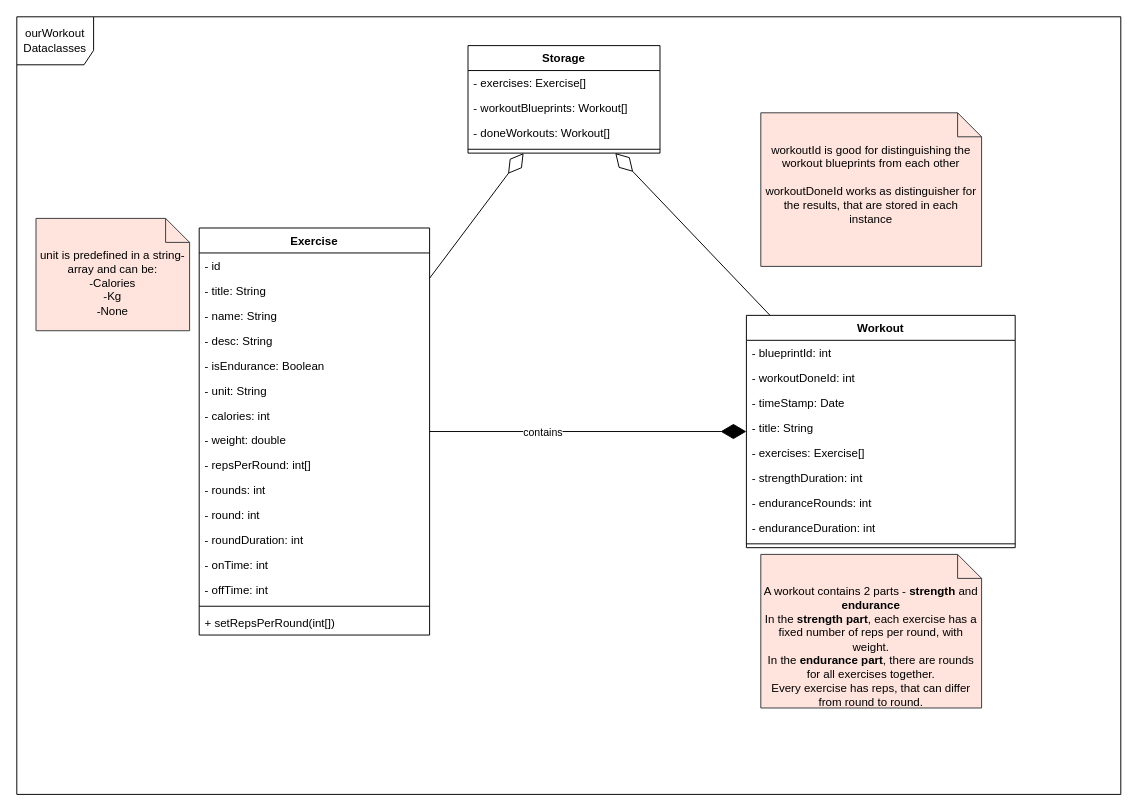
Above: page "data-classes" (3 of 4) of 01_Documentation/diagrams.drawio in Vollol1/ourWorkout (draw.io), before the change. Source tidied: cells renumbered, new cells numbered last; positions are measured from the earlier drawing's top-left corner, leaving out a move shared by most shapes. Both pictures are drawn from the tidied source at 96%, with x=0, y=0 at pixel (16, 16).
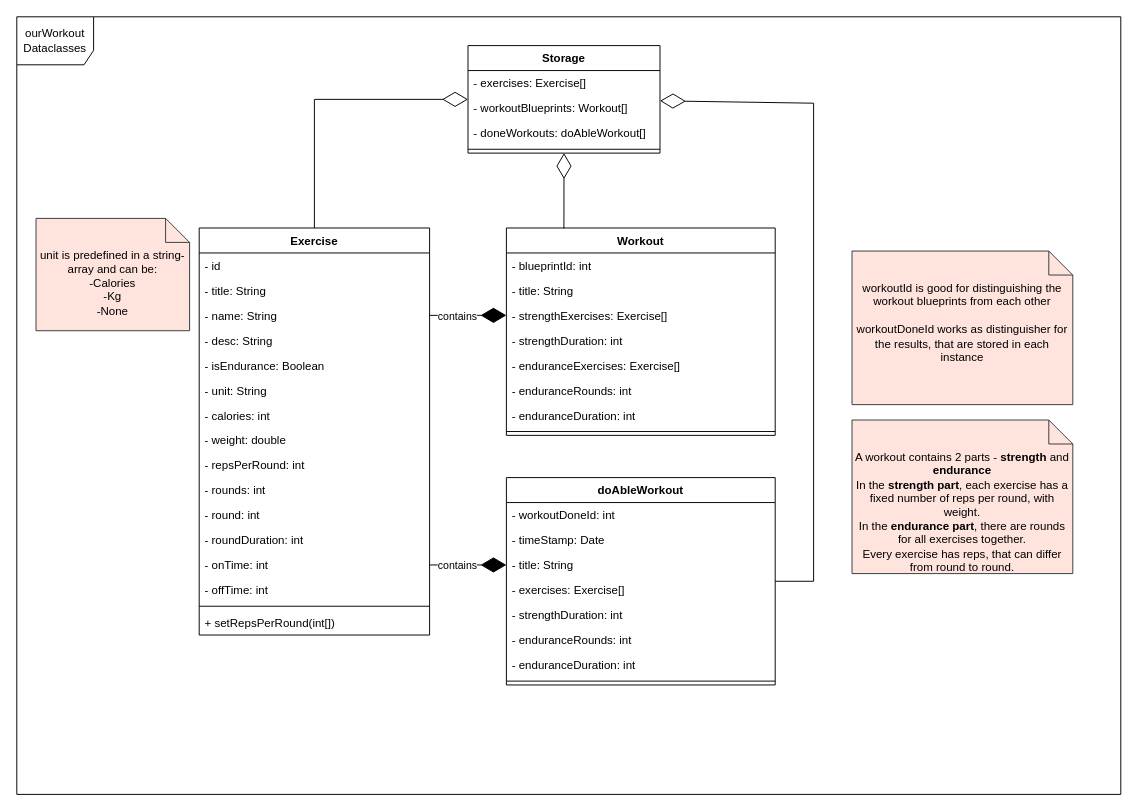
Above is the later version.

Commit message (it also covers changes not shown here):
Try to consolidate both exercises lists into one - Failed

Unchanged cells that the change refers to:
```xml
<mxCell id="3" value="Exercise" style="swimlane;fontStyle=1;align=center;verticalAlign=top;horizontal=1;startSize=26;" parent="1" vertex="1">
  <mxGeometry x="190" y="220" width="240" height="424" as="geometry" />
</mxCell>
<mxCell id="6" value="- name: String" style="text;strokeColor=none;fillColor=none;align=left;verticalAlign=top;spacingLeft=4;spacingRight=4;overflow=hidden;points=[[0,0.5],[1,0.5]];portConstraint=eastwest;" parent="3" vertex="1">
  <mxGeometry y="78" width="240" height="26" as="geometry" />
</mxCell>
<mxCell id="16" value="- onTime: int" style="text;strokeColor=none;fillColor=none;align=left;verticalAlign=top;spacingLeft=4;spacingRight=4;overflow=hidden;points=[[0,0.5],[1,0.5]];portConstraint=eastwest;" parent="3" vertex="1">
  <mxGeometry y="338" width="240" height="26" as="geometry" />
</mxCell>
<mxCell id="30" value="Storage" style="swimlane;fontStyle=1;align=center;verticalAlign=top;horizontal=1;startSize=26;" parent="1" vertex="1">
  <mxGeometry x="470" y="30" width="200" height="112" as="geometry" />
</mxCell>
```

What changed in the source:
```diff
@@
-    <mxCell id="12" value="- repsPerRound: int[]" style="text;strokeColor=none;fillColor=none;align=left;verticalAlign=top;spacingLeft=4;spacingRight=4;overflow=hidden;" parent="3" vertex="1">
+    <mxCell id="12" value="- repsPerRound: int" style="text;strokeColor=none;fillColor=none;align=left;verticalAlign=top;spacingLeft=4;spacingRight=4;overflow=hidden;" parent="3" vertex="1">
       <mxGeometry y="234" width="240" height="26" as="geometry" />
     </mxCell>
@@
     <mxCell id="20" value="Workout" style="swimlane;fontStyle=1;align=center;verticalAlign=top;horizontal=1;startSize=26;" parent="1" vertex="1">
-      <mxGeometry x="760" y="311" width="280" height="242" as="geometry" />
+      <mxGeometry x="510" y="220" width="280" height="216" as="geometry" />
     </mxCell>
@@
-    <mxCell id="22" value="- workoutDoneId: int" style="text;strokeColor=none;fillColor=none;align=left;verticalAlign=top;spacingLeft=4;spacingRight=4;overflow=hidden;" parent="20" vertex="1">
-      <mxGeometry y="52" width="280" height="26" as="geometry" />
-    </mxCell>
-    <mxCell id="23" value="- timeStamp: Date" style="text;strokeColor=none;fillColor=none;align=left;verticalAlign=top;spacingLeft=4;spacingRight=4;overflow=hidden;" parent="20" vertex="1">
-      <mxGeometry y="78" width="280" height="26" as="geometry" />
-    </mxCell>
     <mxCell id="24" value="- title: String" style="text;strokeColor=none;fillColor=none;align=left;verticalAlign=top;spacingLeft=4;spacingRight=4;overflow=hidden;" parent="20" vertex="1">
-      <mxGeometry y="104" width="280" height="26" as="geometry" />
+      <mxGeometry y="52" width="280" height="26" as="geometry" />
     </mxCell>
-    <mxCell id="25" value="- exercises: Exercise[]" style="text;strokeColor=none;fillColor=none;align=left;verticalAlign=top;spacingLeft=4;spacingRight=4;overflow=hidden;points=[[0,0.5],[1,0.5]];portConstraint=eastwest;" parent="20" vertex="1">
-      <mxGeometry y="130" width="280" height="26" as="geometry" />
+    <mxCell id="25" value="- strengthExercises: Exercise[]" style="text;strokeColor=none;fillColor=none;align=left;verticalAlign=top;spacingLeft=4;spacingRight=4;overflow=hidden;points=[[0,0.5],[1,0.5]];portConstraint=eastwest;" parent="20" vertex="1">
+      <mxGeometry y="78" width="280" height="26" as="geometry" />
     </mxCell>
     <mxCell id="26" value="- strengthDuration: int" style="text;strokeColor=none;fillColor=none;align=left;verticalAlign=top;spacingLeft=4;spacingRight=4;overflow=hidden;" parent="20" vertex="1">
-      <mxGeometry y="156" width="280" height="26" as="geometry" />
+      <mxGeometry y="104" width="280" height="26" as="geometry" />
     </mxCell>
+    <mxCell id="42" value="- enduranceExercises: Exercise[]" style="text;strokeColor=none;fillColor=none;align=left;verticalAlign=top;spacingLeft=4;spacingRight=4;overflow=hidden;" parent="20" vertex="1">
+      <mxGeometry y="130" width="280" height="26" as="geometry" />
+    </mxCell>
     <mxCell id="27" value="- enduranceRounds: int" style="text;strokeColor=none;fillColor=none;align=left;verticalAlign=top;spacingLeft=4;spacingRight=4;overflow=hidden;" parent="20" vertex="1">
-      <mxGeometry y="182" width="280" height="26" as="geometry" />
+      <mxGeometry y="156" width="280" height="26" as="geometry" />
     </mxCell>
     <mxCell id="28" value="- enduranceDuration: int" style="text;strokeColor=none;fillColor=none;align=left;verticalAlign=top;spacingLeft=4;spacingRight=4;overflow=hidden;" parent="20" vertex="1">
-      <mxGeometry y="208" width="280" height="26" as="geometry" />
+      <mxGeometry y="182" width="280" height="26" as="geometry" />
     </mxCell>
     <mxCell id="29" style="line;strokeWidth=1;fillColor=none;align=left;verticalAlign=middle;spacingTop=-1;spacingLeft=3;spacingRight=3;labelPosition=right;strokeColor=inherit;" parent="20" vertex="1">
-      <mxGeometry y="234" width="280" height="8" as="geometry" />
+      <mxGeometry y="208" width="280" height="8" as="geometry" />
     </mxCell>
@@
-    <mxCell id="33" value="- doneWorkouts: Workout[]" style="text;strokeColor=none;fillColor=none;align=left;verticalAlign=top;spacingLeft=4;spacingRight=4;overflow=hidden;" parent="30" vertex="1">
+    <mxCell id="33" value="- doneWorkouts: doAbleWorkout[]" style="text;strokeColor=none;fillColor=none;align=left;verticalAlign=top;spacingLeft=4;spacingRight=4;overflow=hidden;" parent="30" vertex="1">
       <mxGeometry y="78" width="200" height="26" as="geometry" />
     </mxCell>
@@
-    <mxCell id="35" style="endArrow=diamondThin;endFill=1;endSize=24;html=1;rounded=0;" parent="1" edge="1" source="3" target="20">
+    <mxCell id="35" style="endArrow=diamondThin;endFill=1;endSize=24;html=1;rounded=0;exitX=1;exitY=0.5;exitDx=0;exitDy=0;entryX=0;entryY=0.5;entryDx=0;entryDy=0;" parent="1" edge="1" source="6" target="25">
       <mxGeometry relative="1" as="geometry" />
     </mxCell>
@@
     <mxCell id="37" style="endArrow=diamondThin;endFill=0;endSize=24;html=1;rounded=0;" parent="1" edge="1" source="3" target="30">
-      <mxGeometry relative="1" as="geometry" />
+      <mxGeometry relative="1" as="geometry">
+        <Array as="points">
+          <mxPoint x="310" y="86" />
+        </Array>
+      </mxGeometry>
     </mxCell>
-    <mxCell id="38" style="endArrow=diamondThin;endFill=0;endSize=24;html=1;rounded=0;" parent="1" edge="1" source="20" target="30">
+    <mxCell id="38" style="endArrow=diamondThin;endFill=0;endSize=24;html=1;rounded=0;exitX=0.214;exitY=0.002;exitDx=0;exitDy=0;entryX=0.5;entryY=1;entryDx=0;entryDy=0;exitPerimeter=0;" parent="1" edge="1" source="20" target="30">
       <mxGeometry relative="1" as="geometry" />
     </mxCell>
     <mxCell id="39" value="A workout contains 2 parts - &lt;b&gt;strength &lt;/b&gt;and &lt;b&gt;endurance&lt;/b&gt;&lt;br&gt;In the &lt;b&gt;strength part&lt;/b&gt;, each exercise has a fixed number of reps per round, with weight.&lt;br&gt;In the &lt;b&gt;endurance part&lt;/b&gt;, there are rounds for all exercises together.&lt;br&gt;Every exercise has reps, that can differ from round to round." style="shape=note2;boundedLbl=1;whiteSpace=wrap;html=1;size=25;verticalAlign=top;align=center;fillColor=#FFE4DE;strokeColor=#36393d;" parent="1" vertex="1">
-      <mxGeometry x="775" y="560" width="230" height="160" as="geometry" />
+      <mxGeometry x="870" y="420" width="230" height="160" as="geometry" />
     </mxCell>
@@
     <mxCell id="41" value="workoutId is good for distinguishing the workout blueprints from each other&lt;br&gt;&lt;br&gt;workoutDoneId works as distinguisher for the results, that are stored in each instance" style="shape=note2;boundedLbl=1;whiteSpace=wrap;html=1;size=25;verticalAlign=top;align=center;fillColor=#FFE4DE;strokeColor=#36393d;" parent="1" vertex="1">
-      <mxGeometry x="775" y="100" width="230" height="160" as="geometry" />
+      <mxGeometry x="870" y="244" width="230" height="160" as="geometry" />
     </mxCell>
+    <mxCell id="43" value="doAbleWorkout" style="swimlane;fontStyle=1;align=center;verticalAlign=top;horizontal=1;startSize=26;" parent="1" vertex="1">
+      <mxGeometry x="510" y="480" width="280" height="216" as="geometry" />
+    </mxCell>
+    <mxCell id="22" value="- workoutDoneId: int" style="text;strokeColor=none;fillColor=none;align=left;verticalAlign=top;spacingLeft=4;spacingRight=4;overflow=hidden;" parent="43" vertex="1">
+      <mxGeometry y="26" width="280" height="26" as="geometry" />
+    </mxCell>
+    <mxCell id="23" value="- timeStamp: Date" style="text;strokeColor=none;fillColor=none;align=left;verticalAlign=top;spacingLeft=4;spacingRight=4;overflow=hidden;" parent="43" vertex="1">
+      <mxGeometry y="52" width="280" height="26" as="geometry" />
+    </mxCell>
+    <mxCell id="44" value="- title: String" style="text;strokeColor=none;fillColor=none;align=left;verticalAlign=top;spacingLeft=4;spacingRight=4;overflow=hidden;points=[[0,0.5],[1,0.5]];portConstraint=eastwest;" parent="43" vertex="1">
+      <mxGeometry y="78" width="280" height="26" as="geometry" />
+    </mxCell>
+    <mxCell id="45" value="- exercises: Exercise[]" style="text;strokeColor=none;fillColor=none;align=left;verticalAlign=top;spacingLeft=4;spacingRight=4;overflow=hidden;" parent="43" vertex="1">
+      <mxGeometry y="104" width="280" height="26" as="geometry" />
+    </mxCell>
+    <mxCell id="46" value="- strengthDuration: int" style="text;strokeColor=none;fillColor=none;align=left;verticalAlign=top;spacingLeft=4;spacingRight=4;overflow=hidden;" parent="43" vertex="1">
+      <mxGeometry y="130" width="280" height="26" as="geometry" />
+    </mxCell>
+    <mxCell id="47" value="- enduranceRounds: int" style="text;strokeColor=none;fillColor=none;align=left;verticalAlign=top;spacingLeft=4;spacingRight=4;overflow=hidden;" parent="43" vertex="1">
+      <mxGeometry y="156" width="280" height="26" as="geometry" />
+    </mxCell>
+    <mxCell id="48" value="- enduranceDuration: int" style="text;strokeColor=none;fillColor=none;align=left;verticalAlign=top;spacingLeft=4;spacingRight=4;overflow=hidden;" parent="43" vertex="1">
+      <mxGeometry y="182" width="280" height="26" as="geometry" />
+    </mxCell>
+    <mxCell id="49" style="line;strokeWidth=1;fillColor=none;align=left;verticalAlign=middle;spacingTop=-1;spacingLeft=3;spacingRight=3;labelPosition=right;strokeColor=inherit;" parent="43" vertex="1">
+      <mxGeometry y="208" width="280" height="8" as="geometry" />
+    </mxCell>
+    <mxCell id="50" style="endArrow=diamondThin;endFill=1;endSize=24;html=1;rounded=0;exitX=1;exitY=0.5;exitDx=0;exitDy=0;entryX=0;entryY=0.5;entryDx=0;entryDy=0;" parent="1" edge="1" source="16" target="44">
+      <mxGeometry relative="1" as="geometry" />
+    </mxCell>
+    <mxCell id="51" value="contains" style="edgeLabel;html=1;align=center;verticalAlign=middle;" parent="50" vertex="1">
+      <mxGeometry x="-0.29" relative="1" as="geometry" />
+    </mxCell>
+    <mxCell id="52" style="endArrow=diamondThin;endFill=0;endSize=24;html=1;rounded=0;" parent="1" edge="1" source="43" target="30">
+      <mxGeometry relative="1" as="geometry">
+        <Array as="points">
+          <mxPoint x="830" y="588" />
+          <mxPoint x="830" y="90" />
+        </Array>
+      </mxGeometry>
+    </mxCell>
```
